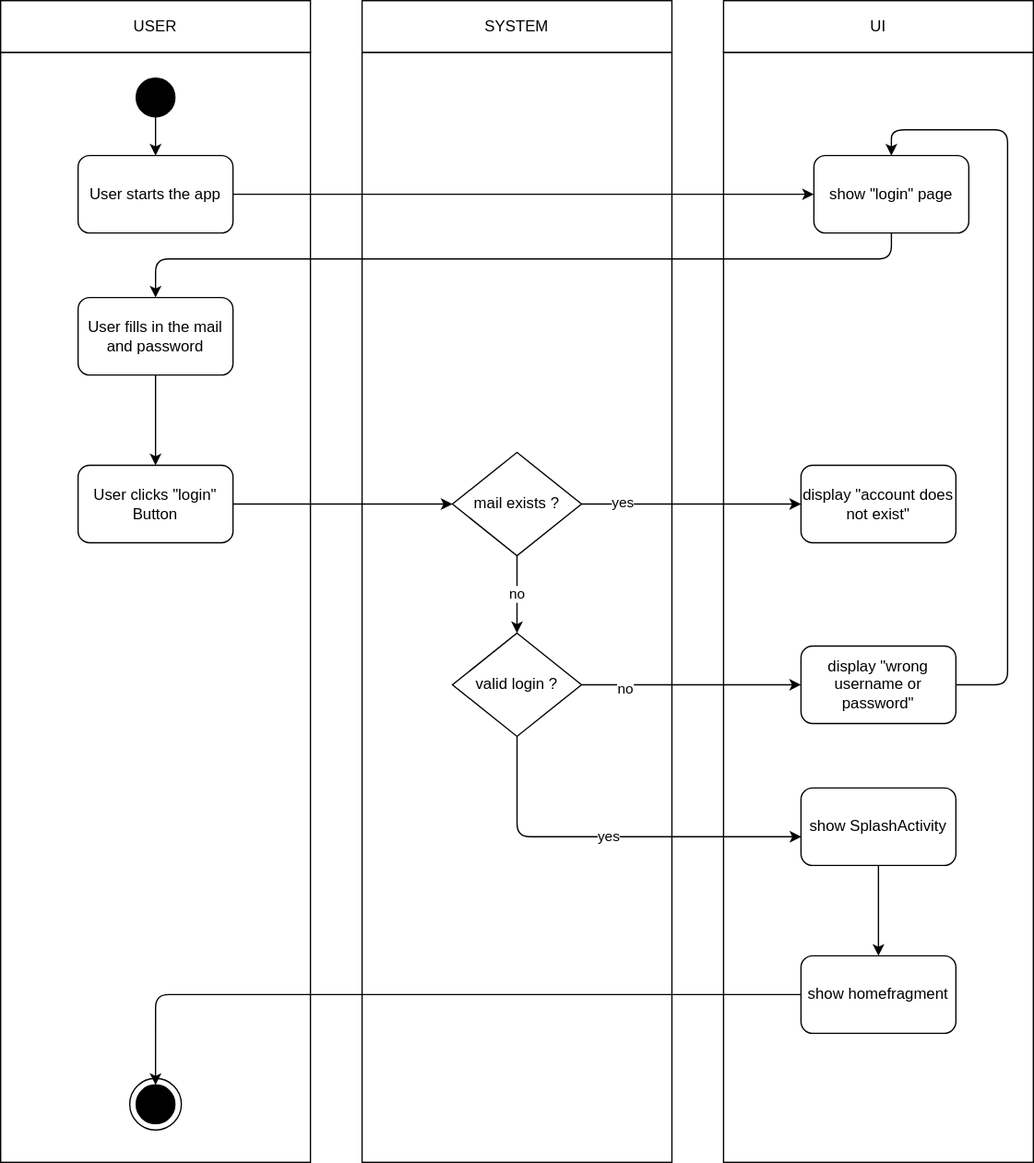
Before: docs/use_cases/UC_3_change_added_data/change_added_data_diagram.svg, a diagram exported from draw.io (seiferla/FiBo). Source tidied: cells renumbered, new cells last; positions are measured from the earlier drawing's top-left corner, leaving out a move shared by most shapes.
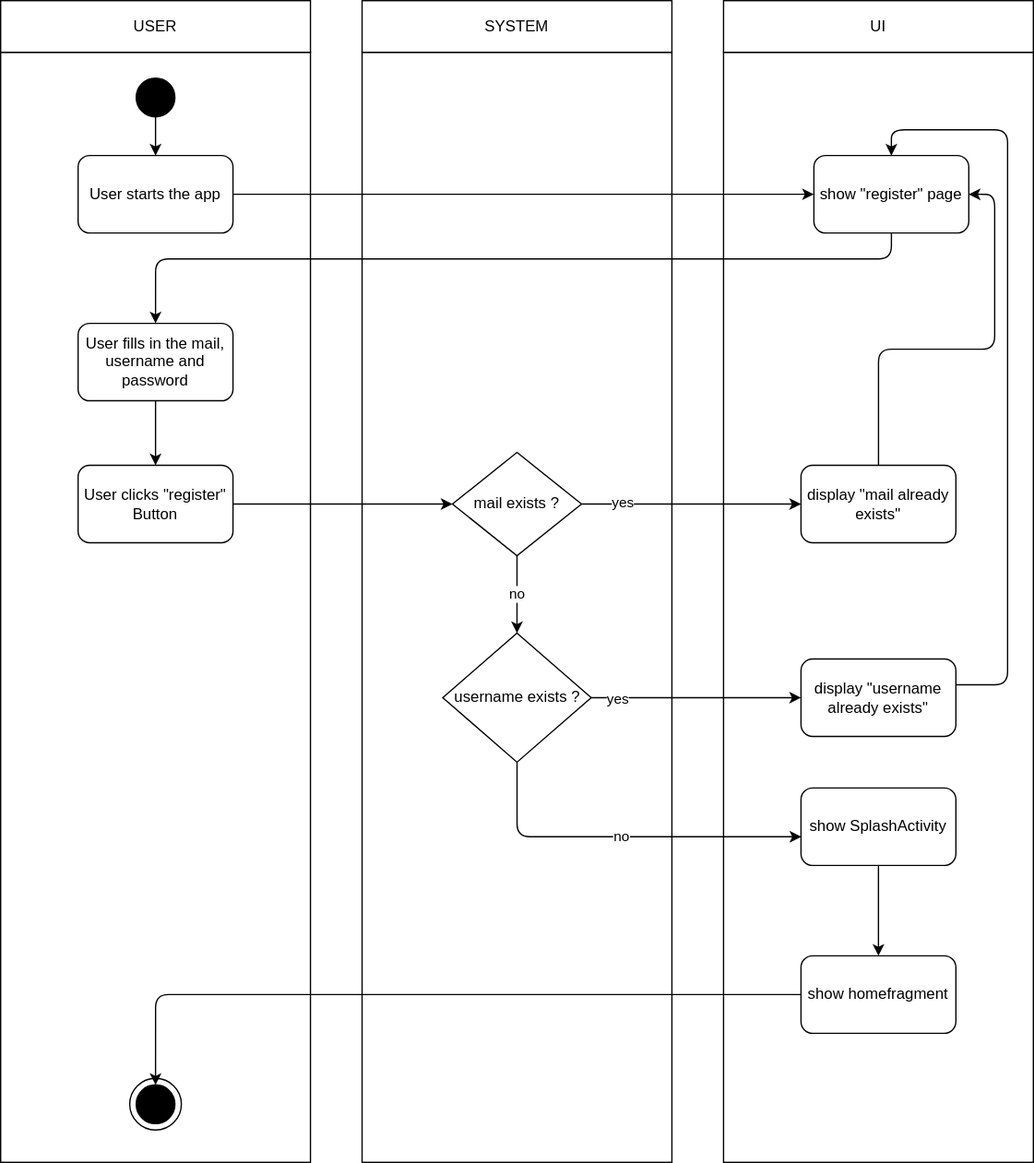
The same diagram one commit later.

Commit message:
add register diagram

Change to the diagram source:
```diff
@@ -50,7 +50,10 @@
     <mxCell id="17" style="endArrow=classic;html=1;rounded=0;entryX=0.5;entryY=0;entryDx=0;entryDy=0;exitX=0.5;exitY=1;exitDx=0;exitDy=0;" parent="1" edge="1" source="14" target="16">
       <mxGeometry relative="1" as="geometry" />
     </mxCell>
+    <mxCell id="42" style="edgeStyle=orthogonalEdgeStyle;rounded=1;jettySize=auto;html=1;entryX=1;entryY=0.5;entryDx=0;entryDy=0;" parent="1" edge="1" source="18" target="25">
+      <mxGeometry relative="1" as="geometry" />
+    </mxCell>
-    <mxCell id="18" value="display &quot;account does not exist&quot;" style="rounded=1;whiteSpace=wrap;html=1;fillColor=none;" parent="1" vertex="1">
+    <mxCell id="18" value="display &quot;mail already exists&quot;" style="rounded=1;whiteSpace=wrap;html=1;fillColor=none;" parent="1" vertex="1">
       <mxGeometry x="620" y="360" width="120" height="60" as="geometry" />
     </mxCell>
     <mxCell id="19" style="edgeStyle=orthogonalEdgeStyle;rounded=1;jettySize=auto;html=1;entryX=0.5;entryY=0;entryDx=0;entryDy=0;" parent="1" edge="1" source="20" target="41">
@@ -76,14 +79,14 @@
         </Array>
       </mxGeometry>
     </mxCell>
-    <mxCell id="25" value="show &quot;login&quot; page" style="rounded=1;whiteSpace=wrap;html=1;fillColor=none;" parent="1" vertex="1">
+    <mxCell id="25" value="show &quot;register&quot; page" style="rounded=1;whiteSpace=wrap;html=1;fillColor=none;" parent="1" vertex="1">
       <mxGeometry x="630" y="120" width="120" height="60" as="geometry" />
     </mxCell>
     <mxCell id="26" style="edgeStyle=orthogonalEdgeStyle;rounded=1;jettySize=auto;html=1;" parent="1" edge="1" source="27" target="35">
       <mxGeometry relative="1" as="geometry" />
     </mxCell>
-    <mxCell id="27" value="User fills in the mail and password" style="rounded=1;whiteSpace=wrap;html=1;fillColor=none;" parent="1" vertex="1">
-      <mxGeometry x="60" y="230" width="120" height="60" as="geometry" />
+    <mxCell id="27" value="User fills in the mail, username and password" style="rounded=1;whiteSpace=wrap;html=1;fillColor=none;" parent="1" vertex="1">
+      <mxGeometry x="60" y="250" width="120" height="60" as="geometry" />
     </mxCell>
     <mxCell id="28" style="edgeStyle=orthogonalEdgeStyle;rounded=1;jettySize=auto;html=1;" parent="1" edge="1" source="31" target="18">
       <mxGeometry relative="1" as="geometry" />
@@ -106,30 +109,30 @@
         </Array>
       </mxGeometry>
     </mxCell>
-    <mxCell id="33" value="display &quot;wrong username or password&quot;" style="rounded=1;whiteSpace=wrap;html=1;fillColor=none;" parent="1" vertex="1">
-      <mxGeometry x="620" y="500" width="120" height="60" as="geometry" />
+    <mxCell id="33" value="display &quot;username already exists&quot;" style="rounded=1;whiteSpace=wrap;html=1;fillColor=none;" parent="1" vertex="1">
+      <mxGeometry x="620" y="510" width="120" height="60" as="geometry" />
     </mxCell>
     <mxCell id="34" style="edgeStyle=orthogonalEdgeStyle;rounded=1;jettySize=auto;html=1;" parent="1" edge="1" source="35" target="31">
       <mxGeometry relative="1" as="geometry" />
     </mxCell>
-    <mxCell id="35" value="User clicks &quot;login&quot; Button" style="rounded=1;whiteSpace=wrap;html=1;fillColor=none;" parent="1" vertex="1">
+    <mxCell id="35" value="User clicks &quot;register&quot; Button" style="rounded=1;whiteSpace=wrap;html=1;fillColor=none;" parent="1" vertex="1">
       <mxGeometry x="60" y="360" width="120" height="60" as="geometry" />
     </mxCell>
+    <mxCell id="38" value="no" style="edgeStyle=orthogonalEdgeStyle;rounded=1;jettySize=auto;html=1;entryX=0.002;entryY=0.63;entryDx=0;entryDy=0;entryPerimeter=0;" parent="1" edge="1" source="39" target="20">
+      <mxGeometry relative="1" as="geometry">
+        <Array as="points">
+          <mxPoint x="400" y="648" />
+        </Array>
+      </mxGeometry>
+    </mxCell>
-    <mxCell id="36" style="edgeStyle=orthogonalEdgeStyle;rounded=1;jettySize=auto;html=1;entryX=0;entryY=0.5;entryDx=0;entryDy=0;" parent="1" edge="1" source="39" target="33">
+    <mxCell id="36" style="edgeStyle=orthogonalEdgeStyle;rounded=1;jettySize=auto;html=1;" parent="1" edge="1" source="39" target="33">
       <mxGeometry relative="1" as="geometry" />
     </mxCell>
-    <mxCell id="37" value="no" style="edgeLabel;html=1;align=center;verticalAlign=middle;" parent="36" vertex="1">
-      <mxGeometry x="-0.61" y="-3" relative="1" as="geometry" />
-    </mxCell>
-    <mxCell id="38" value="yes" style="edgeStyle=orthogonalEdgeStyle;rounded=1;jettySize=auto;html=1;entryX=0.002;entryY=0.63;entryDx=0;entryDy=0;entryPerimeter=0;" parent="1" edge="1" source="39" target="20">
-      <mxGeometry relative="1" as="geometry">
-        <Array as="points">
-          <mxPoint x="400" y="648" />
-        </Array>
-      </mxGeometry>
-    </mxCell>
+    <mxCell id="43" value="yes" style="edgeLabel;html=1;align=center;verticalAlign=middle;" parent="36" vertex="1">
+      <mxGeometry x="-0.75" y="-1" relative="1" as="geometry" />
+    </mxCell>
-    <mxCell id="39" value="valid login ?" style="rhombus;whiteSpace=wrap;html=1;" parent="1" vertex="1">
-      <mxGeometry x="350" y="490" width="100" height="80" as="geometry" />
+    <mxCell id="39" value="username exists ?" style="rhombus;whiteSpace=wrap;html=1;" parent="1" vertex="1">
+      <mxGeometry x="342.5" y="490" width="115" height="100" as="geometry" />
     </mxCell>
     <mxCell id="40" style="edgeStyle=orthogonalEdgeStyle;rounded=1;jettySize=auto;html=1;entryX=0.5;entryY=0;entryDx=0;entryDy=0;" parent="1" edge="1" source="41" target="23">
       <mxGeometry relative="1" as="geometry" />
```
